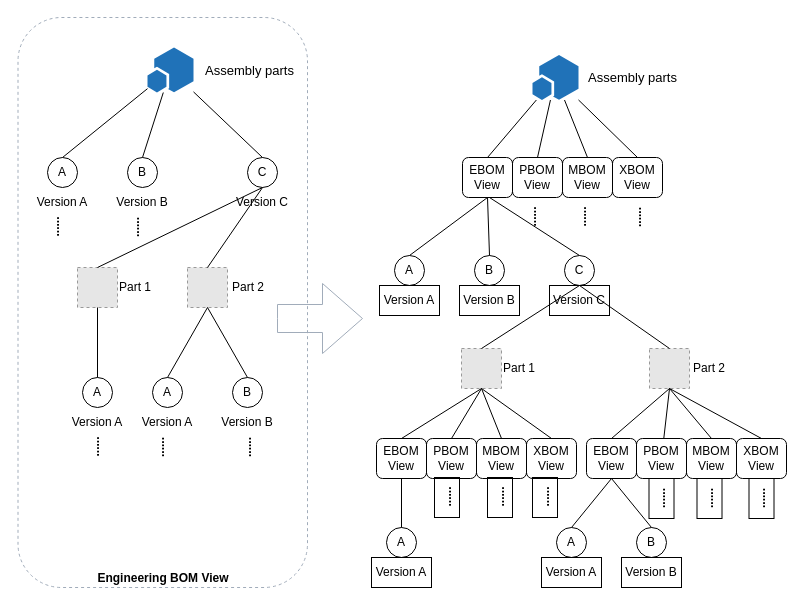
Earlier version of the draw.io diagram page "Page-2" (2 of 6) of BOM/多视图BOM管理模型.drawio (littlelittlemoon/DiagramsRepository). Source tidied: cells renumbered, new cells numbered last; positions are measured from the earlier drawing's top-left corner, leaving out a move shared by most shapes. Both pictures are drawn from the tidied source at 100%, with x=0, y=0 at pixel (17, 17). Pictures stored in the file or linked from it are replaced by grey dashed boxes.
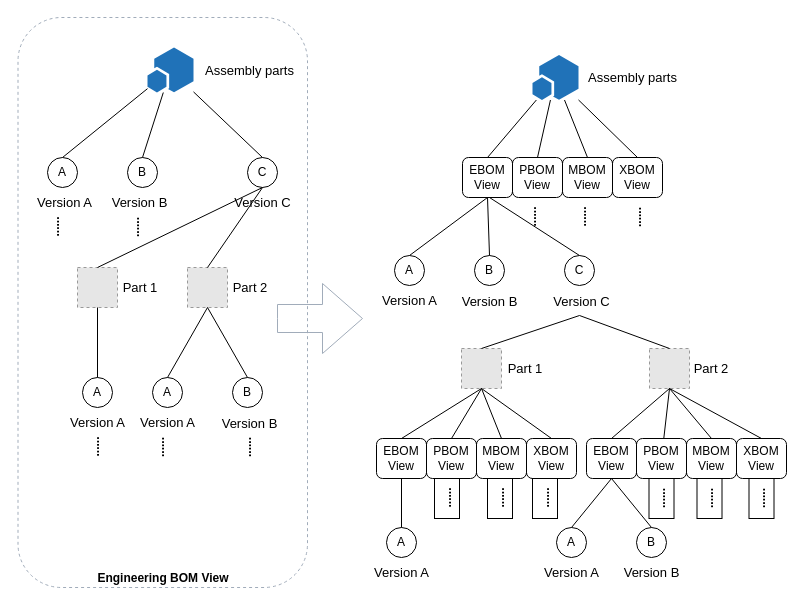
The same diagram, later.

Unchanged cells that the change refers to:
```xml
<mxCell id="3" style="fillColor=#E6E6E6;strokeColor=#999999;dashed=1;html=1;verticalAlign=top;verticalLabelPosition=bottom;labelBackgroundColor=#ffffff;fontSize=12;" parent="1" vertex="1">
  <mxGeometry x="60" y="250" width="40" height="40" as="geometry" />
</mxCell>
<mxCell id="10" style="fillColor=#E6E6E6;strokeColor=#999999;dashed=1;html=1;verticalAlign=top;verticalLabelPosition=bottom;labelBackgroundColor=#ffffff;fontSize=12;" parent="1" vertex="1">
  <mxGeometry x="170" y="250" width="40" height="40" as="geometry" />
</mxCell>
<mxCell id="47" style="fillColor=#E6E6E6;strokeColor=#999999;dashed=1;html=1;verticalAlign=top;verticalLabelPosition=bottom;labelBackgroundColor=#ffffff;fontSize=12;" parent="1" vertex="1">
  <mxGeometry x="444" y="331" width="40" height="40" as="geometry" />
</mxCell>
<mxCell id="48" style="fillColor=#E6E6E6;strokeColor=#999999;dashed=1;html=1;verticalAlign=top;verticalLabelPosition=bottom;labelBackgroundColor=#ffffff;fontSize=12;" parent="1" vertex="1">
  <mxGeometry x="632" y="331" width="40" height="40" as="geometry" />
</mxCell>
```

Change to the diagram source:
```diff
@@
+    <mxCell id="92" value="Engineering BOM View" style="rounded=1;whiteSpace=wrap;html=1;fontSize=12;strokeColor=#A1ACBA;fillColor=none;verticalAlign=bottom;fontStyle=1;dashed=1;" parent="1" vertex="1">
+      <mxGeometry x="0.5" width="289.5" height="570" as="geometry" />
+    </mxCell>
@@
-    <mxCell id="5" value="&lt;span style=&quot;background-color: rgb(255 , 255 , 255)&quot;&gt;Version A&lt;/span&gt;" style="text;html=1;strokeColor=none;fillColor=none;align=center;verticalAlign=middle;whiteSpace=wrap;rounded=0;fontSize=12;" parent="1" vertex="1">
-      <mxGeometry x="15" y="170" width="60" height="30" as="geometry" />
-    </mxCell>
@@
-    <mxCell id="7" value="&lt;span style=&quot;background-color: rgb(255 , 255 , 255)&quot;&gt;Version B&lt;/span&gt;" style="text;html=1;strokeColor=none;fillColor=none;align=center;verticalAlign=middle;whiteSpace=wrap;rounded=0;fontSize=12;" parent="1" vertex="1">
-      <mxGeometry x="95" y="170" width="60" height="30" as="geometry" />
-    </mxCell>
@@
-    <mxCell id="9" value="&lt;span style=&quot;background-color: rgb(255 , 255 , 255)&quot;&gt;Version C&lt;/span&gt;" style="text;html=1;strokeColor=none;fillColor=none;align=center;verticalAlign=middle;whiteSpace=wrap;rounded=0;fontSize=12;" parent="1" vertex="1">
-      <mxGeometry x="215" y="170" width="60" height="30" as="geometry" />
-    </mxCell>
@@
-    <mxCell id="12" value="&lt;span style=&quot;background-color: rgb(255 , 255 , 255)&quot;&gt;Version A&lt;/span&gt;" style="text;html=1;strokeColor=none;fillColor=none;align=center;verticalAlign=middle;whiteSpace=wrap;rounded=0;fontSize=12;" parent="1" vertex="1">
-      <mxGeometry x="50" y="390" width="60" height="30" as="geometry" />
-    </mxCell>
@@
-    <mxCell id="14" value="&lt;span style=&quot;background-color: rgb(255 , 255 , 255)&quot;&gt;Version A&lt;/span&gt;" style="text;html=1;strokeColor=none;fillColor=none;align=center;verticalAlign=middle;whiteSpace=wrap;rounded=0;fontSize=12;" parent="1" vertex="1">
-      <mxGeometry x="120" y="390" width="60" height="30" as="geometry" />
-    </mxCell>
@@
-    <mxCell id="16" value="&lt;span style=&quot;background-color: rgb(255 , 255 , 255)&quot;&gt;Version B&lt;/span&gt;" style="text;html=1;strokeColor=none;fillColor=none;align=center;verticalAlign=middle;whiteSpace=wrap;rounded=0;fontSize=12;" parent="1" vertex="1">
-      <mxGeometry x="200" y="390" width="60" height="30" as="geometry" />
-    </mxCell>
@@
-    <mxCell id="20" style="endArrow=none;html=1;rounded=0;fontSize=12;exitX=0.5;exitY=0;exitDx=0;exitDy=0;entryX=0.5;entryY=0;entryDx=0;entryDy=0;" parent="1" edge="1" source="9" target="3">
-      <mxGeometry relative="1" as="geometry" />
+    <mxCell id="20" style="endArrow=none;html=1;rounded=0;fontSize=12;exitX=0.5;exitY=0;exitDx=0;exitDy=0;entryX=0.5;entryY=0;entryDx=0;entryDy=0;" parent="1" edge="1" target="3">
+      <mxGeometry relative="1" as="geometry">
+        <mxPoint x="245" y="170" as="sourcePoint" />
+      </mxGeometry>
     </mxCell>
-    <mxCell id="21" style="endArrow=none;html=1;rounded=0;fontSize=12;exitX=0.5;exitY=0;exitDx=0;exitDy=0;entryX=0.5;entryY=0;entryDx=0;entryDy=0;" parent="1" edge="1" source="9" target="10">
-      <mxGeometry relative="1" as="geometry" />
+    <mxCell id="21" style="endArrow=none;html=1;rounded=0;fontSize=12;exitX=0.5;exitY=0;exitDx=0;exitDy=0;entryX=0.5;entryY=0;entryDx=0;entryDy=0;" parent="1" edge="1" target="10">
+      <mxGeometry relative="1" as="geometry">
+        <mxPoint x="245" y="170" as="sourcePoint" />
+      </mxGeometry>
     </mxCell>
@@
-    <mxCell id="25" value="&lt;span style=&quot;background-color: rgb(255 , 255 , 255)&quot;&gt;Part 1&lt;/span&gt;" style="text;html=1;strokeColor=none;fillColor=none;align=center;verticalAlign=middle;whiteSpace=wrap;rounded=0;fontSize=12;" parent="1" vertex="1">
-      <mxGeometry x="88" y="255" width="60" height="30" as="geometry" />
-    </mxCell>
-    <mxCell id="26" value="&lt;span style=&quot;background-color: rgb(255 , 255 , 255)&quot;&gt;Part 2&lt;/span&gt;" style="text;html=1;strokeColor=none;fillColor=none;align=center;verticalAlign=middle;whiteSpace=wrap;rounded=0;fontSize=12;" parent="1" vertex="1">
-      <mxGeometry x="201" y="255" width="60" height="30" as="geometry" />
-    </mxCell>
@@
-    <mxCell id="40" value="&lt;span style=&quot;background-color: rgb(255 , 255 , 255)&quot;&gt;Version A&lt;/span&gt;" style="text;html=1;strokeColor=#000000;fillColor=none;align=center;verticalAlign=middle;whiteSpace=wrap;rounded=0;fontSize=12;" parent="1" vertex="1">
-      <mxGeometry x="362" y="268" width="60" height="30" as="geometry" />
-    </mxCell>
@@
-    <mxCell id="42" value="&lt;span style=&quot;background-color: rgb(255 , 255 , 255)&quot;&gt;Version B&lt;/span&gt;" style="text;html=1;strokeColor=#000000;fillColor=none;align=center;verticalAlign=middle;whiteSpace=wrap;rounded=0;fontSize=12;" parent="1" vertex="1">
-      <mxGeometry x="442" y="268" width="60" height="30" as="geometry" />
-    </mxCell>
@@
-    <mxCell id="44" value="&lt;span style=&quot;background-color: rgb(255 , 255 , 255)&quot;&gt;Version C&lt;/span&gt;" style="text;html=1;strokeColor=#000000;fillColor=none;align=center;verticalAlign=middle;whiteSpace=wrap;rounded=0;fontSize=12;" parent="1" vertex="1">
-      <mxGeometry x="532" y="268" width="60" height="30" as="geometry" />
-    </mxCell>
@@
-    <mxCell id="49" value="&lt;span style=&quot;background-color: rgb(255 , 255 , 255)&quot;&gt;Part 1&lt;/span&gt;" style="text;html=1;strokeColor=none;fillColor=none;align=center;verticalAlign=middle;whiteSpace=wrap;rounded=0;fontSize=12;" parent="1" vertex="1">
-      <mxGeometry x="472" y="336" width="60" height="30" as="geometry" />
-    </mxCell>
-    <mxCell id="50" value="&lt;span style=&quot;background-color: rgb(255 , 255 , 255)&quot;&gt;Part 2&lt;/span&gt;" style="text;html=1;strokeColor=none;fillColor=none;align=center;verticalAlign=middle;whiteSpace=wrap;rounded=0;fontSize=12;" parent="1" vertex="1">
-      <mxGeometry x="662" y="336" width="60" height="30" as="geometry" />
-    </mxCell>
@@
-    <mxCell id="59" style="endArrow=none;html=1;rounded=0;fontSize=12;entryX=0.5;entryY=0;entryDx=0;entryDy=0;exitX=0.5;exitY=0;exitDx=0;exitDy=0;" parent="1" edge="1" source="44" target="47">
-      <mxGeometry relative="1" as="geometry" />
+    <mxCell id="59" style="endArrow=none;html=1;rounded=0;fontSize=12;entryX=0.5;entryY=0;entryDx=0;entryDy=0;exitX=0.5;exitY=1;exitDx=0;exitDy=0;" parent="1" edge="1" target="47">
+      <mxGeometry relative="1" as="geometry">
+        <mxPoint x="562" y="298" as="sourcePoint" />
+      </mxGeometry>
     </mxCell>
-    <mxCell id="60" style="endArrow=none;html=1;rounded=0;fontSize=12;entryX=0.5;entryY=0;entryDx=0;entryDy=0;exitX=0.5;exitY=0;exitDx=0;exitDy=0;" parent="1" edge="1" source="44" target="48">
-      <mxGeometry relative="1" as="geometry" />
+    <mxCell id="60" style="endArrow=none;html=1;rounded=0;fontSize=12;entryX=0.5;entryY=0;entryDx=0;entryDy=0;exitX=0.5;exitY=1;exitDx=0;exitDy=0;" parent="1" edge="1" target="48">
+      <mxGeometry relative="1" as="geometry">
+        <mxPoint x="562" y="298" as="sourcePoint" />
+      </mxGeometry>
     </mxCell>
@@
-    <mxCell id="81" value="&lt;span style=&quot;background-color: rgb(255 , 255 , 255)&quot;&gt;Version A&lt;/span&gt;" style="text;html=1;strokeColor=#000000;fillColor=none;align=center;verticalAlign=middle;whiteSpace=wrap;rounded=0;fontSize=12;" parent="1" vertex="1">
-      <mxGeometry x="524" y="540" width="60" height="30" as="geometry" />
-    </mxCell>
@@
-    <mxCell id="83" value="&lt;span style=&quot;background-color: rgb(255 , 255 , 255)&quot;&gt;Version B&lt;/span&gt;" style="text;html=1;strokeColor=#000000;fillColor=none;align=center;verticalAlign=middle;whiteSpace=wrap;rounded=0;fontSize=12;" parent="1" vertex="1">
-      <mxGeometry x="604" y="540" width="60" height="30" as="geometry" />
-    </mxCell>
@@
     <mxCell id="86" value="&lt;b&gt;......&lt;/b&gt;" style="text;html=1;strokeColor=#000000;fillColor=none;align=center;verticalAlign=middle;whiteSpace=wrap;rounded=0;fontSize=12;horizontal=0;" parent="1" vertex="1">
-      <mxGeometry x="515" y="460" width="25" height="40" as="geometry" />
+      <mxGeometry x="515" y="461" width="25" height="40" as="geometry" />
     </mxCell>
     <mxCell id="87" value="&lt;b&gt;......&lt;/b&gt;" style="text;html=1;strokeColor=#000000;fillColor=none;align=center;verticalAlign=middle;whiteSpace=wrap;rounded=0;fontSize=12;horizontal=0;" parent="1" vertex="1">
-      <mxGeometry x="470" y="460" width="25" height="40" as="geometry" />
+      <mxGeometry x="470" y="461" width="25" height="40" as="geometry" />
     </mxCell>
     <mxCell id="88" value="&lt;b&gt;......&lt;/b&gt;" style="text;html=1;strokeColor=#000000;fillColor=none;align=center;verticalAlign=middle;whiteSpace=wrap;rounded=0;fontSize=12;horizontal=0;" parent="1" vertex="1">
-      <mxGeometry x="417" y="460" width="25" height="40" as="geometry" />
+      <mxGeometry x="417" y="461" width="25" height="40" as="geometry" />
     </mxCell>
@@
-    <mxCell id="90" value="&lt;span style=&quot;background-color: rgb(255 , 255 , 255)&quot;&gt;Version A&lt;/span&gt;" style="text;html=1;strokeColor=#000000;fillColor=none;align=center;verticalAlign=middle;whiteSpace=wrap;rounded=0;fontSize=12;" parent="1" vertex="1">
-      <mxGeometry x="354" y="540" width="60" height="30" as="geometry" />
-    </mxCell>
@@
-    <mxCell id="92" value="Engineering BOM View" style="rounded=1;whiteSpace=wrap;html=1;fontSize=12;strokeColor=#A1ACBA;fillColor=none;verticalAlign=bottom;fontStyle=1;dashed=1;" parent="1" vertex="1">
-      <mxGeometry x="0.5" width="289.5" height="570" as="geometry" />
-    </mxCell>
@@
+    <mxCell id="94" value="&lt;span style=&quot;font-size: 13px;&quot;&gt;Version C&lt;/span&gt;" style="text;html=1;strokeColor=none;fillColor=none;align=center;verticalAlign=middle;whiteSpace=wrap;rounded=0;fontSize=12;" parent="1" vertex="1">
+      <mxGeometry x="197.5" y="170" width="95" height="30" as="geometry" />
+    </mxCell>
+    <mxCell id="95" value="&lt;span style=&quot;font-size: 13px;&quot;&gt;Version B&lt;/span&gt;" style="text;html=1;strokeColor=none;fillColor=none;align=center;verticalAlign=middle;whiteSpace=wrap;rounded=0;fontSize=12;" parent="1" vertex="1">
+      <mxGeometry x="75" y="170" width="95" height="30" as="geometry" />
+    </mxCell>
+    <mxCell id="96" value="&lt;span style=&quot;font-size: 13px;&quot;&gt;Version A&lt;/span&gt;" style="text;html=1;strokeColor=none;fillColor=none;align=center;verticalAlign=middle;whiteSpace=wrap;rounded=0;fontSize=12;" parent="1" vertex="1">
+      <mxGeometry y="170" width="95" height="30" as="geometry" />
+    </mxCell>
+    <mxCell id="97" value="&lt;span style=&quot;font-size: 13px;&quot;&gt;Version C&lt;/span&gt;" style="text;html=1;strokeColor=none;fillColor=none;align=center;verticalAlign=middle;whiteSpace=wrap;rounded=0;fontSize=12;" parent="1" vertex="1">
+      <mxGeometry x="517" y="269" width="95" height="30" as="geometry" />
+    </mxCell>
+    <mxCell id="98" value="&lt;span style=&quot;font-size: 13px;&quot;&gt;Version B&lt;/span&gt;" style="text;html=1;strokeColor=none;fillColor=none;align=center;verticalAlign=middle;whiteSpace=wrap;rounded=0;fontSize=12;" parent="1" vertex="1">
+      <mxGeometry x="424.5" y="269" width="95" height="30" as="geometry" />
+    </mxCell>
+    <mxCell id="99" value="&lt;span style=&quot;font-size: 13px;&quot;&gt;Version A&lt;/span&gt;" style="text;html=1;strokeColor=none;fillColor=none;align=center;verticalAlign=middle;whiteSpace=wrap;rounded=0;fontSize=12;" parent="1" vertex="1">
+      <mxGeometry x="345" y="268" width="95" height="30" as="geometry" />
+    </mxCell>
+    <mxCell id="100" value="&lt;span style=&quot;font-size: 13px;&quot;&gt;Version A&lt;/span&gt;" style="text;html=1;strokeColor=none;fillColor=none;align=center;verticalAlign=middle;whiteSpace=wrap;rounded=0;fontSize=12;" parent="1" vertex="1">
+      <mxGeometry x="32.5" y="390" width="95" height="30" as="geometry" />
+    </mxCell>
+    <mxCell id="101" value="&lt;span style=&quot;font-size: 13px;&quot;&gt;Version A&lt;/span&gt;" style="text;html=1;strokeColor=none;fillColor=none;align=center;verticalAlign=middle;whiteSpace=wrap;rounded=0;fontSize=12;" parent="1" vertex="1">
+      <mxGeometry x="102.5" y="390" width="95" height="30" as="geometry" />
+    </mxCell>
+    <mxCell id="102" value="&lt;span style=&quot;font-size: 13px;&quot;&gt;Version B&lt;/span&gt;" style="text;html=1;strokeColor=none;fillColor=none;align=center;verticalAlign=middle;whiteSpace=wrap;rounded=0;fontSize=12;" parent="1" vertex="1">
+      <mxGeometry x="185" y="391" width="95" height="30" as="geometry" />
+    </mxCell>
+    <mxCell id="103" value="&lt;span style=&quot;font-size: 13px;&quot;&gt;Part 1&lt;br&gt;&lt;/span&gt;" style="text;html=1;strokeColor=none;fillColor=none;align=center;verticalAlign=middle;whiteSpace=wrap;rounded=0;fontSize=12;" parent="1" vertex="1">
+      <mxGeometry x="480" y="336" width="56" height="30" as="geometry" />
+    </mxCell>
+    <mxCell id="104" value="&lt;span style=&quot;font-size: 13px;&quot;&gt;Part 2&lt;br&gt;&lt;/span&gt;" style="text;html=1;strokeColor=none;fillColor=none;align=center;verticalAlign=middle;whiteSpace=wrap;rounded=0;fontSize=12;" parent="1" vertex="1">
+      <mxGeometry x="666" y="336" width="56" height="30" as="geometry" />
+    </mxCell>
+    <mxCell id="105" value="&lt;span style=&quot;font-size: 13px;&quot;&gt;Part 1&lt;br&gt;&lt;/span&gt;" style="text;html=1;strokeColor=none;fillColor=none;align=center;verticalAlign=middle;whiteSpace=wrap;rounded=0;fontSize=12;" parent="1" vertex="1">
+      <mxGeometry x="94.5" y="255" width="56" height="30" as="geometry" />
+    </mxCell>
+    <mxCell id="106" value="&lt;span style=&quot;font-size: 13px;&quot;&gt;Part 2&lt;br&gt;&lt;/span&gt;" style="text;html=1;strokeColor=none;fillColor=none;align=center;verticalAlign=middle;whiteSpace=wrap;rounded=0;fontSize=12;" parent="1" vertex="1">
+      <mxGeometry x="204.5" y="255" width="56" height="30" as="geometry" />
+    </mxCell>
+    <mxCell id="107" value="&lt;span style=&quot;font-size: 13px;&quot;&gt;Version B&lt;/span&gt;" style="text;html=1;strokeColor=none;fillColor=none;align=center;verticalAlign=middle;whiteSpace=wrap;rounded=0;fontSize=12;" parent="1" vertex="1">
+      <mxGeometry x="586.5" y="540" width="95" height="30" as="geometry" />
+    </mxCell>
+    <mxCell id="108" value="&lt;span style=&quot;font-size: 13px;&quot;&gt;Version A&lt;/span&gt;" style="text;html=1;strokeColor=none;fillColor=none;align=center;verticalAlign=middle;whiteSpace=wrap;rounded=0;fontSize=12;" parent="1" vertex="1">
+      <mxGeometry x="336.5" y="540" width="95" height="30" as="geometry" />
+    </mxCell>
+    <mxCell id="109" value="&lt;span style=&quot;font-size: 13px;&quot;&gt;Version A&lt;/span&gt;" style="text;html=1;strokeColor=none;fillColor=none;align=center;verticalAlign=middle;whiteSpace=wrap;rounded=0;fontSize=12;" parent="1" vertex="1">
+      <mxGeometry x="506.5" y="540" width="95" height="30" as="geometry" />
+    </mxCell>
```
